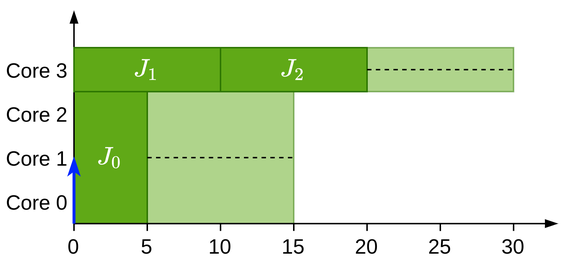
Above: Notes/TFM/images/extra_04/gang_new.png in jmigual/APATeoria (draw.io), before the change. Source tidied: cells renumbered, new cells last; positions are measured from the earlier drawing's top-left corner, leaving out a move shared by most shapes.
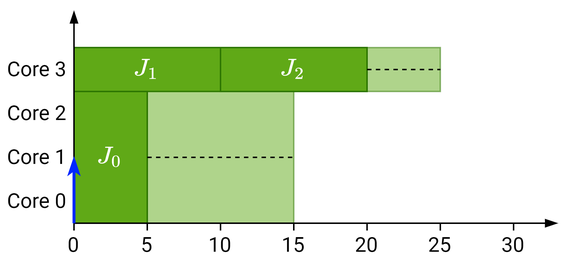
After the commit.

The edit, as a diff of the source:
```diff
@@ -2,112 +2,112 @@
   <root>
     <mxCell id="0" />
     <mxCell id="1" parent="0" />
-    <mxCell id="2" style="rounded=0;whiteSpace=wrap;html=1;align=center;fillColor=#60a917;strokeColor=#2D7600;fontColor=#ffffff;comic=0;fontSize=14;opacity=50;" parent="1" vertex="1">
-      <mxGeometry x="250" y="25" width="100" height="30" as="geometry" />
+    <mxCell id="2" value="$$J_{1}$$" style="rounded=0;whiteSpace=wrap;html=1;align=center;fillColor=#60a917;strokeColor=#2D7600;fontColor=#ffffff;comic=0;fontSize=14;fontFamily=Roboto;FType=g;" parent="1" vertex="1">
+      <mxGeometry x="50" y="25" width="100" height="30" as="geometry" />
     </mxCell>
-    <mxCell id="3" style="rounded=0;whiteSpace=wrap;html=1;align=center;fillColor=#60a917;strokeColor=#2D7600;fontColor=#ffffff;comic=0;fontSize=14;gradientColor=none;gradientDirection=east;opacity=50;" parent="1" vertex="1">
-      <mxGeometry x="90" y="55" width="110" height="90" as="geometry" />
+    <mxCell id="3" style="rounded=0;whiteSpace=wrap;html=1;align=center;fillColor=#60a917;strokeColor=#2D7600;fontColor=#ffffff;comic=0;fontSize=14;opacity=50;fontFamily=Roboto;FType=g;" parent="1" vertex="1">
+      <mxGeometry x="250" y="25" width="50" height="30" as="geometry" />
     </mxCell>
-    <mxCell id="4" value="$$J_{2}$$" style="rounded=0;whiteSpace=wrap;html=1;align=center;fillColor=#60a917;strokeColor=#2D7600;fontColor=#ffffff;comic=0;fontSize=14;" parent="1" vertex="1">
-      <mxGeometry x="150" y="25" width="100" height="30" as="geometry" />
+    <mxCell id="4" style="rounded=0;whiteSpace=wrap;html=1;align=center;fillColor=#60a917;strokeColor=#2D7600;fontColor=#ffffff;comic=0;fontSize=14;gradientColor=none;gradientDirection=east;opacity=50;fontFamily=Roboto;FType=g;" parent="1" vertex="1">
+      <mxGeometry x="90" y="55" width="110" height="90" as="geometry" />
     </mxCell>
-    <mxCell id="5" value="$$J_{0}$$" style="rounded=0;whiteSpace=wrap;html=1;align=center;fillColor=#60a917;strokeColor=#2D7600;fontColor=#ffffff;comic=0;fontSize=14;" parent="1" vertex="1">
-      <mxGeometry x="50" y="55" width="50" height="90" as="geometry" />
+    <mxCell id="5" value="$$J_{2}$$" style="rounded=0;whiteSpace=wrap;html=1;align=center;fillColor=#60a917;strokeColor=#2D7600;fontColor=#ffffff;comic=0;fontSize=14;fontFamily=Roboto;FType=g;" parent="1" vertex="1">
+      <mxGeometry x="150" y="25" width="100" height="30" as="geometry" />
     </mxCell>
-    <mxCell id="6" style="endArrow=blockThin;html=1;strokeColor=#000000;endFill=1;exitX=0.5;exitY=0;exitDx=0;exitDy=0;" parent="1" edge="1">
-      <mxGeometry relative="1" as="geometry">
-        <mxPoint x="50" y="150" as="sourcePoint" />
-        <mxPoint x="50" as="targetPoint" />
-      </mxGeometry>
+    <mxCell id="6" value="$$J_{0}$$" style="rounded=0;whiteSpace=wrap;html=1;align=center;fillColor=#60a917;strokeColor=#2D7600;fontColor=#ffffff;comic=0;fontSize=14;fontFamily=Roboto;FType=g;" parent="1" vertex="1">
+      <mxGeometry x="50" y="55" width="50" height="90" as="geometry" />
     </mxCell>
-    <mxCell id="7" value="&lt;div style=&quot;font-size: 14px;&quot;&gt;0&lt;/div&gt;" style="text;html=1;strokeColor=none;fillColor=none;align=center;verticalAlign=middle;whiteSpace=wrap;rounded=0;fontSize=14;" parent="1" vertex="1">
-      <mxGeometry x="40" y="150" width="20" height="20" as="geometry" />
+    <mxCell id="7" style="endArrow=blockThin;html=1;strokeColor=#000000;endFill=1;exitX=0.5;exitY=0;exitDx=0;exitDy=0;fontFamily=Roboto;FType=g;" parent="1" edge="1">
+      <mxGeometry relative="1" as="geometry">
+        <mxPoint x="50" y="150" as="sourcePoint" />
+        <mxPoint x="50" as="targetPoint" />
+      </mxGeometry>
     </mxCell>
-    <mxCell id="8" value="5" style="text;html=1;strokeColor=none;fillColor=none;align=center;verticalAlign=middle;whiteSpace=wrap;rounded=0;fontSize=14;" parent="1" vertex="1">
-      <mxGeometry x="90" y="150" width="20" height="20" as="geometry" />
+    <mxCell id="8" value="&lt;div style=&quot;font-size: 14px;&quot;&gt;0&lt;/div&gt;" style="text;html=1;strokeColor=none;fillColor=none;align=center;verticalAlign=middle;whiteSpace=wrap;rounded=0;fontSize=14;fontFamily=Roboto;FType=g;" parent="1" vertex="1">
+      <mxGeometry x="40" y="150" width="20" height="20" as="geometry" />
     </mxCell>
-    <mxCell id="9" value="10" style="text;html=1;strokeColor=none;fillColor=none;align=center;verticalAlign=middle;whiteSpace=wrap;rounded=0;fontSize=14;" parent="1" vertex="1">
-      <mxGeometry x="140" y="150" width="20" height="20" as="geometry" />
+    <mxCell id="9" value="5" style="text;html=1;strokeColor=none;fillColor=none;align=center;verticalAlign=middle;whiteSpace=wrap;rounded=0;fontSize=14;fontFamily=Roboto;FType=g;" parent="1" vertex="1">
+      <mxGeometry x="90" y="150" width="20" height="20" as="geometry" />
     </mxCell>
-    <mxCell id="10" value="15" style="text;html=1;strokeColor=none;fillColor=none;align=center;verticalAlign=middle;whiteSpace=wrap;rounded=0;fontSize=14;" parent="1" vertex="1">
-      <mxGeometry x="190" y="150" width="20" height="20" as="geometry" />
+    <mxCell id="10" value="10" style="text;html=1;strokeColor=none;fillColor=none;align=center;verticalAlign=middle;whiteSpace=wrap;rounded=0;fontSize=14;fontFamily=Roboto;FType=g;" parent="1" vertex="1">
+      <mxGeometry x="140" y="150" width="20" height="20" as="geometry" />
     </mxCell>
-    <mxCell id="11" value="20" style="text;html=1;strokeColor=none;fillColor=none;align=center;verticalAlign=middle;whiteSpace=wrap;rounded=0;fontSize=14;" parent="1" vertex="1">
-      <mxGeometry x="240" y="150" width="20" height="20" as="geometry" />
+    <mxCell id="11" value="15" style="text;html=1;strokeColor=none;fillColor=none;align=center;verticalAlign=middle;whiteSpace=wrap;rounded=0;fontSize=14;fontFamily=Roboto;FType=g;" parent="1" vertex="1">
+      <mxGeometry x="190" y="150" width="20" height="20" as="geometry" />
     </mxCell>
-    <mxCell id="12" value="Core 0" style="text;html=1;strokeColor=none;fillColor=none;align=center;verticalAlign=middle;whiteSpace=wrap;rounded=0;fontSize=14;fontColor=#000000;" parent="1" vertex="1">
-      <mxGeometry y="120" width="50" height="20" as="geometry" />
+    <mxCell id="12" value="20" style="text;html=1;strokeColor=none;fillColor=none;align=center;verticalAlign=middle;whiteSpace=wrap;rounded=0;fontSize=14;fontFamily=Roboto;FType=g;" parent="1" vertex="1">
+      <mxGeometry x="240" y="150" width="20" height="20" as="geometry" />
     </mxCell>
-    <mxCell id="13" value="Core 1" style="text;html=1;strokeColor=none;fillColor=none;align=center;verticalAlign=middle;whiteSpace=wrap;rounded=0;fontSize=14;fontColor=#000000;" parent="1" vertex="1">
-      <mxGeometry y="90" width="50" height="20" as="geometry" />
+    <mxCell id="13" value="Core 0" style="text;html=1;strokeColor=none;fillColor=none;align=center;verticalAlign=middle;whiteSpace=wrap;rounded=0;fontSize=14;fontColor=#000000;fontFamily=Roboto;FType=g;" parent="1" vertex="1">
+      <mxGeometry y="120" width="50" height="20" as="geometry" />
     </mxCell>
-    <mxCell id="14" style="endArrow=none;html=1;" parent="1" edge="1" source="15">
-      <mxGeometry relative="1" as="geometry">
-        <mxPoint x="300" y="145" as="targetPoint" />
-      </mxGeometry>
+    <mxCell id="14" value="Core 1" style="text;html=1;strokeColor=none;fillColor=none;align=center;verticalAlign=middle;whiteSpace=wrap;rounded=0;fontSize=14;fontColor=#000000;fontFamily=Roboto;FType=g;" parent="1" vertex="1">
+      <mxGeometry y="90" width="50" height="20" as="geometry" />
     </mxCell>
-    <mxCell id="15" value="25" style="text;html=1;strokeColor=none;fillColor=none;align=center;verticalAlign=middle;whiteSpace=wrap;rounded=0;fontSize=14;" parent="1" vertex="1">
-      <mxGeometry x="290" y="150" width="20" height="20" as="geometry" />
+    <mxCell id="15" style="endArrow=none;html=1;fontFamily=Roboto;FType=g;" parent="1" edge="1" source="16">
+      <mxGeometry relative="1" as="geometry">
+        <mxPoint x="300" y="145" as="targetPoint" />
+      </mxGeometry>
     </mxCell>
-    <mxCell id="16" style="endArrow=none;html=1;exitX=0.5;exitY=0;exitDx=0;exitDy=0;" parent="1" edge="1" source="15">
-      <mxGeometry relative="1" as="geometry">
-        <mxPoint x="300" y="145" as="targetPoint" />
-      </mxGeometry>
+    <mxCell id="16" value="25" style="text;html=1;strokeColor=none;fillColor=none;align=center;verticalAlign=middle;whiteSpace=wrap;rounded=0;fontSize=14;fontFamily=Roboto;FType=g;" parent="1" vertex="1">
+      <mxGeometry x="290" y="150" width="20" height="20" as="geometry" />
     </mxCell>
-    <mxCell id="17" style="endArrow=none;html=1;exitX=0.5;exitY=0;exitDx=0;exitDy=0;" parent="1" edge="1" source="11">
+    <mxCell id="17" style="endArrow=none;html=1;exitX=0.5;exitY=0;exitDx=0;exitDy=0;fontFamily=Roboto;FType=g;" parent="1" edge="1" source="16">
       <mxGeometry relative="1" as="geometry">
-        <mxPoint x="250" y="145" as="targetPoint" />
+        <mxPoint x="300" y="145" as="targetPoint" />
       </mxGeometry>
     </mxCell>
-    <mxCell id="18" style="endArrow=none;html=1;exitX=0.5;exitY=0;exitDx=0;exitDy=0;" parent="1" edge="1" source="10">
+    <mxCell id="18" style="endArrow=none;html=1;exitX=0.5;exitY=0;exitDx=0;exitDy=0;fontFamily=Roboto;FType=g;" parent="1" edge="1" source="12">
       <mxGeometry relative="1" as="geometry">
-        <mxPoint x="200" y="145" as="targetPoint" />
+        <mxPoint x="250" y="145" as="targetPoint" />
       </mxGeometry>
     </mxCell>
-    <mxCell id="19" style="endArrow=none;html=1;exitX=0.5;exitY=0;exitDx=0;exitDy=0;" parent="1" edge="1" source="9">
+    <mxCell id="19" style="endArrow=none;html=1;exitX=0.5;exitY=0;exitDx=0;exitDy=0;fontFamily=Roboto;FType=g;" parent="1" edge="1" source="11">
       <mxGeometry relative="1" as="geometry">
-        <mxPoint x="150" y="145" as="targetPoint" />
+        <mxPoint x="200" y="145" as="targetPoint" />
       </mxGeometry>
     </mxCell>
-    <mxCell id="20" style="endArrow=none;html=1;exitX=0.5;exitY=0;exitDx=0;exitDy=0;" parent="1" edge="1" source="8">
+    <mxCell id="20" style="endArrow=none;html=1;exitX=0.5;exitY=0;exitDx=0;exitDy=0;fontFamily=Roboto;FType=g;" parent="1" edge="1" source="10">
       <mxGeometry relative="1" as="geometry">
-        <mxPoint x="100" y="145" as="targetPoint" />
+        <mxPoint x="150" y="145" as="targetPoint" />
       </mxGeometry>
     </mxCell>
-    <mxCell id="21" style="endArrow=none;html=1;" parent="1" edge="1" source="22">
+    <mxCell id="21" style="endArrow=none;html=1;exitX=0.5;exitY=0;exitDx=0;exitDy=0;fontFamily=Roboto;FType=g;" parent="1" edge="1" source="9">
       <mxGeometry relative="1" as="geometry">
-        <mxPoint x="350" y="145" as="targetPoint" />
+        <mxPoint x="100" y="145" as="targetPoint" />
       </mxGeometry>
     </mxCell>
-    <mxCell id="22" value="30" style="text;html=1;strokeColor=none;fillColor=none;align=center;verticalAlign=middle;whiteSpace=wrap;rounded=0;fontSize=14;" parent="1" vertex="1">
-      <mxGeometry x="340" y="150" width="20" height="20" as="geometry" />
+    <mxCell id="22" style="endArrow=none;html=1;fontFamily=Roboto;FType=g;" parent="1" edge="1" source="23">
+      <mxGeometry relative="1" as="geometry">
+        <mxPoint x="350" y="145" as="targetPoint" />
+      </mxGeometry>
     </mxCell>
-    <mxCell id="23" value="Core 2" style="text;html=1;strokeColor=none;fillColor=none;align=center;verticalAlign=middle;whiteSpace=wrap;rounded=0;fontSize=14;fontColor=#000000;" parent="1" vertex="1">
-      <mxGeometry y="60" width="50" height="20" as="geometry" />
+    <mxCell id="23" value="30" style="text;html=1;strokeColor=none;fillColor=none;align=center;verticalAlign=middle;whiteSpace=wrap;rounded=0;fontSize=14;fontFamily=Roboto;FType=g;" parent="1" vertex="1">
+      <mxGeometry x="340" y="150" width="20" height="20" as="geometry" />
     </mxCell>
-    <mxCell id="24" style="endArrow=blockThin;html=1;endFill=1;" parent="1" edge="1">
-      <mxGeometry relative="1" as="geometry">
-        <mxPoint x="50" y="145" as="sourcePoint" />
-        <mxPoint x="380" y="145" as="targetPoint" />
-      </mxGeometry>
+    <mxCell id="24" value="Core 2" style="text;html=1;strokeColor=none;fillColor=none;align=center;verticalAlign=middle;whiteSpace=wrap;rounded=0;fontSize=14;fontColor=#000000;fontFamily=Roboto;FType=g;" parent="1" vertex="1">
+      <mxGeometry y="60" width="50" height="20" as="geometry" />
     </mxCell>
-    <mxCell id="25" style="endArrow=classicThin;html=1;strokeColor=#0027FF;fillColor=#0050ef;endFill=1;strokeWidth=2;" parent="1" edge="1">
+    <mxCell id="25" style="endArrow=blockThin;html=1;endFill=1;fontFamily=Roboto;FType=g;" parent="1" edge="1">
       <mxGeometry relative="1" as="geometry">
         <mxPoint x="50" y="145" as="sourcePoint" />
-        <mxPoint x="50" y="100" as="targetPoint" />
+        <mxPoint x="380" y="145" as="targetPoint" />
       </mxGeometry>
     </mxCell>
-    <mxCell id="26" value="Core 3" style="text;html=1;strokeColor=none;fillColor=none;align=center;verticalAlign=middle;whiteSpace=wrap;rounded=0;fontSize=14;fontColor=#000000;" parent="1" vertex="1">
-      <mxGeometry y="30" width="50" height="20" as="geometry" />
+    <mxCell id="26" style="endArrow=classicThin;html=1;strokeColor=#0027FF;fillColor=#0050ef;endFill=1;strokeWidth=2;fontFamily=Roboto;FType=g;" parent="1" edge="1">
+      <mxGeometry relative="1" as="geometry">
+        <mxPoint x="50" y="145" as="sourcePoint" />
+        <mxPoint x="50" y="100" as="targetPoint" />
+      </mxGeometry>
     </mxCell>
-    <mxCell id="27" style="endArrow=none;dashed=1;html=1;exitX=1;exitY=0.5;exitDx=0;exitDy=0;entryX=1;entryY=0.5;entryDx=0;entryDy=0;" parent="1" edge="1" source="5" target="3">
-      <mxGeometry relative="1" as="geometry" />
+    <mxCell id="27" value="Core 3" style="text;html=1;strokeColor=none;fillColor=none;align=center;verticalAlign=middle;whiteSpace=wrap;rounded=0;fontSize=14;fontColor=#000000;fontFamily=Roboto;FType=g;" parent="1" vertex="1">
+      <mxGeometry y="30" width="50" height="20" as="geometry" />
     </mxCell>
-    <mxCell id="28" style="endArrow=none;dashed=1;html=1;exitX=1;exitY=0.5;exitDx=0;exitDy=0;entryX=1;entryY=0.5;entryDx=0;entryDy=0;" parent="1" edge="1" source="4" target="2">
+    <mxCell id="28" style="endArrow=none;dashed=1;html=1;exitX=1;exitY=0.5;exitDx=0;exitDy=0;entryX=1;entryY=0.5;entryDx=0;entryDy=0;fontFamily=Roboto;FType=g;" parent="1" edge="1" source="6" target="4">
       <mxGeometry relative="1" as="geometry" />
     </mxCell>
-    <mxCell id="29" value="$$J_{1}$$" style="rounded=0;whiteSpace=wrap;html=1;align=center;fillColor=#60a917;strokeColor=#2D7600;fontColor=#ffffff;comic=0;fontSize=14;" parent="1" vertex="1">
-      <mxGeometry x="50" y="25" width="100" height="30" as="geometry" />
+    <mxCell id="29" style="endArrow=none;dashed=1;html=1;exitX=1;exitY=0.5;exitDx=0;exitDy=0;entryX=1;entryY=0.5;entryDx=0;entryDy=0;fontFamily=Roboto;FType=g;" parent="1" edge="1" source="5" target="3">
+      <mxGeometry relative="1" as="geometry" />
     </mxCell>
   </root>
 </mxGraphModel>
```
